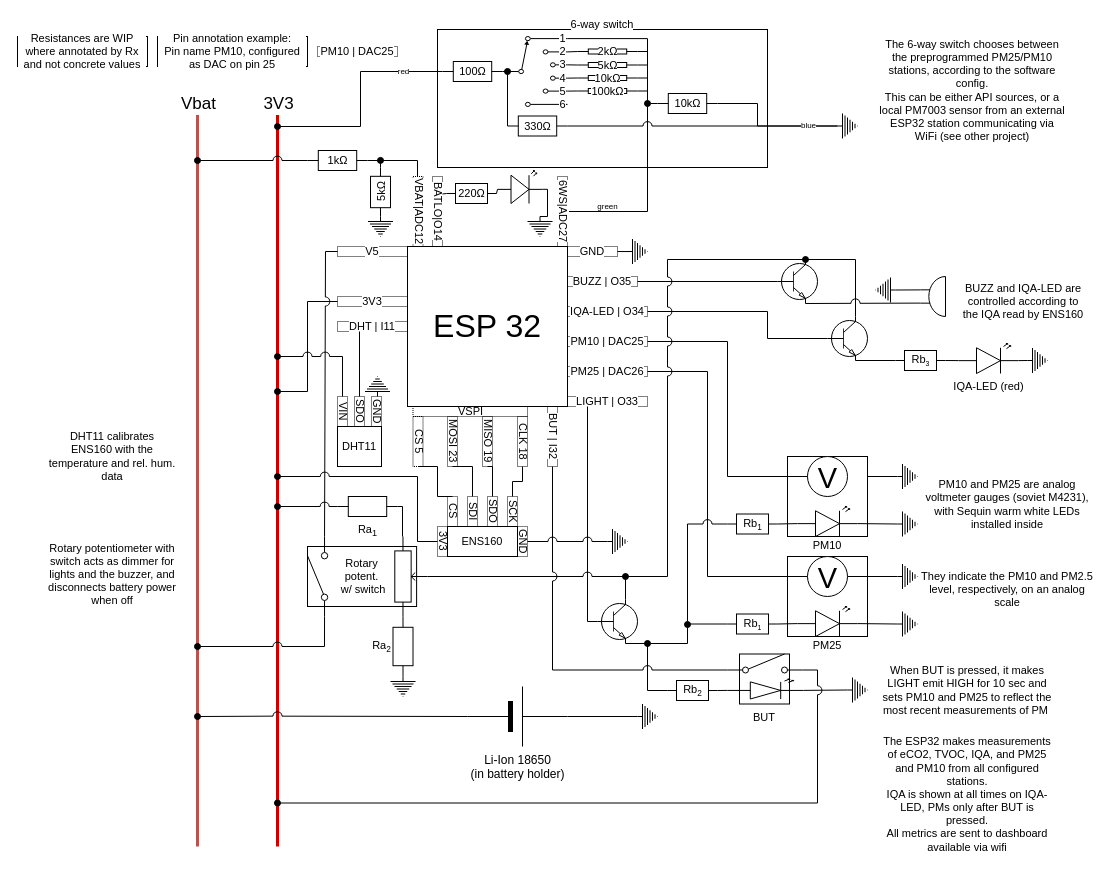
This is airstation-base.drawio from maclav3/airstation, a draw.io file, before an edit. Source tidied: cells renumbered, new cells numbered last; positions are measured from the earlier drawing's top-left corner, leaving out a move shared by most shapes. Both pictures are drawn from the tidied source at 100%, with x=0, y=0 at pixel (17, 29).
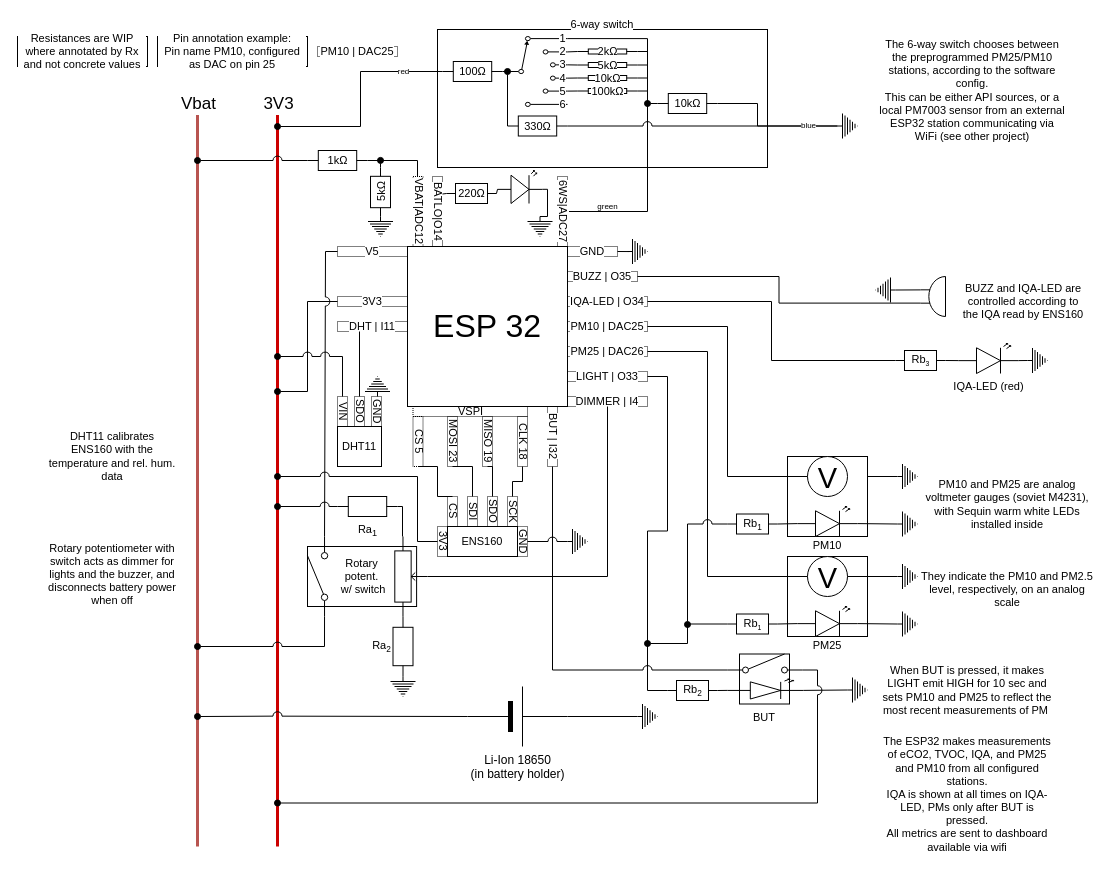
The same diagram, later.

Commit message:
get rid of transistors, we'll use software PWM

Unchanged cells that the change refers to:
```xml
<mxCell id="14" style="verticalLabelPosition=bottom;shadow=0;dashed=0;align=center;html=1;verticalAlign=top;shape=mxgraph.electrical.resistors.potentiometer_1;fontFamily=Helvetica;fontSize=11;fontColor=default;labelBackgroundColor=default;direction=north;" parent="12" vertex="1">
  <mxGeometry x="87.3" width="32.7" height="80" as="geometry" />
</mxCell>
<mxCell id="46" style="group;" parent="45" vertex="1">
  <mxGeometry width="310" height="220" as="geometry" />
</mxCell>
<mxCell id="80" value="Rb&lt;font size=&quot;1&quot;&gt;&lt;sub&gt;2&lt;/sub&gt;&lt;/font&gt;" style="verticalLabelPosition=middle;shadow=0;dashed=0;align=center;html=1;verticalAlign=middle;shape=mxgraph.electrical.resistors.resistor_1;fontFamily=Helvetica;fontSize=11;fontColor=default;labelBackgroundColor=default;labelPosition=center;" parent="1" vertex="1">
  <mxGeometry x="650" y="651" width="50" height="20" as="geometry" />
</mxCell>
<mxCell id="116" style="verticalLabelPosition=bottom;shadow=0;dashed=0;align=center;html=1;verticalAlign=top;shape=mxgraph.electrical.electro-mechanical.buzzer;fontFamily=Helvetica;fontSize=11;fontColor=default;labelBackgroundColor=default;direction=west;" parent="1" vertex="1">
  <mxGeometry x="903" y="247" width="25" height="40" as="geometry" />
</mxCell>
<mxCell id="120" value="Rb&lt;span style=&quot;font-size: 8.33333px;&quot;&gt;&lt;sub&gt;3&lt;/sub&gt;&lt;/span&gt;" style="verticalLabelPosition=middle;shadow=0;dashed=0;align=center;html=1;verticalAlign=middle;shape=mxgraph.electrical.resistors.resistor_1;fontFamily=Helvetica;fontSize=11;fontColor=default;labelBackgroundColor=default;labelPosition=center;" parent="1" vertex="1">
  <mxGeometry x="878" y="321" width="50" height="20" as="geometry" />
</mxCell>
```

What changed in the source:
```diff
@@
     <mxCell id="49" value="BUZZ | O35" style="text;html=1;align=center;verticalAlign=middle;whiteSpace=wrap;rounded=0;fontFamily=Helvetica;fontSize=11;fontColor=default;labelBackgroundColor=default;fillColor=none;strokeColor=default;dashed=1;dashPattern=1 1;" parent="46" vertex="1">
-      <mxGeometry x="230" y="30" width="70" height="10" as="geometry" />
+      <mxGeometry x="230" y="25" width="70" height="10" as="geometry" />
     </mxCell>
     <mxCell id="50" value="IQA-LED | O34" style="text;html=1;align=center;verticalAlign=middle;whiteSpace=wrap;rounded=0;fontFamily=Helvetica;fontSize=11;fontColor=default;labelBackgroundColor=default;fillColor=none;strokeColor=default;dashed=1;dashPattern=1 1;" parent="46" vertex="1">
-      <mxGeometry x="230" y="60" width="80" height="10" as="geometry" />
+      <mxGeometry x="230" y="50" width="80" height="10" as="geometry" />
     </mxCell>
     <mxCell id="51" value="PM10 | DAC25" style="text;html=1;align=center;verticalAlign=middle;whiteSpace=wrap;rounded=0;fontFamily=Helvetica;fontSize=11;fontColor=default;labelBackgroundColor=default;fillColor=none;strokeColor=default;dashed=1;dashPattern=1 1;" parent="46" vertex="1">
-      <mxGeometry x="230" y="90" width="80" height="10" as="geometry" />
+      <mxGeometry x="230" y="75" width="80" height="10" as="geometry" />
     </mxCell>
     <mxCell id="52" value="PM25 | DAC26" style="text;html=1;align=center;verticalAlign=middle;whiteSpace=wrap;rounded=0;fontFamily=Helvetica;fontSize=11;fontColor=default;labelBackgroundColor=default;fillColor=none;strokeColor=default;dashed=1;dashPattern=1 1;" parent="46" vertex="1">
-      <mxGeometry x="230" y="120" width="80" height="10" as="geometry" />
+      <mxGeometry x="230" y="100" width="80" height="10" as="geometry" />
     </mxCell>
     <mxCell id="53" value="LIGHT | O33" style="text;html=1;align=center;verticalAlign=middle;whiteSpace=wrap;rounded=0;fontFamily=Helvetica;fontSize=11;fontColor=default;labelBackgroundColor=default;fillColor=none;strokeColor=default;dashed=1;dashPattern=1 1;" parent="46" vertex="1">
-      <mxGeometry x="230" y="150" width="80" height="10" as="geometry" />
+      <mxGeometry x="230" y="125" width="80" height="10" as="geometry" />
     </mxCell>
@@
+    <mxCell id="175" value="DIMMER | I4" style="text;html=1;align=center;verticalAlign=middle;whiteSpace=wrap;rounded=0;fontFamily=Helvetica;fontSize=11;fontColor=default;labelBackgroundColor=default;fillColor=none;strokeColor=default;dashed=1;dashPattern=1 1;" parent="46" vertex="1">
+      <mxGeometry x="230" y="150" width="80" height="10" as="geometry" />
+    </mxCell>
@@
+    <mxCell id="176" style="edgeStyle=orthogonalEdgeStyle;rounded=0;jettySize=auto;html=1;exitX=0;exitY=0.5;exitDx=0;exitDy=0;exitPerimeter=0;entryX=1;entryY=0.5;entryDx=0;entryDy=0;endArrow=none;startFill=0;" parent="1" edge="1" source="80" target="53">
+      <mxGeometry relative="1" as="geometry" />
+    </mxCell>
@@
-    <mxCell id="82" style="edgeStyle=elbowEdgeStyle;shape=connector;rounded=0;jumpStyle=arc;jumpSize=9;jettySize=auto;html=1;exitX=0;exitY=0.5;exitDx=0;exitDy=0;exitPerimeter=0;strokeColor=default;align=center;verticalAlign=middle;fontFamily=Helvetica;fontSize=11;fontColor=default;labelBackgroundColor=default;startFill=0;endArrow=none;entryX=0.25;entryY=1;entryDx=0;entryDy=0;" parent="1" edge="1" source="83" target="53">
-      <mxGeometry relative="1" as="geometry">
-        <Array as="points">
-          <mxPoint x="570" y="477" />
-          <mxPoint x="650" y="457" />
-          <mxPoint x="660" y="397" />
-        </Array>
-      </mxGeometry>
-    </mxCell>
-    <mxCell id="83" style="verticalLabelPosition=bottom;shadow=0;dashed=0;align=center;html=1;verticalAlign=top;shape=mxgraph.electrical.transistors.npn_transistor_1;fontFamily=Helvetica;fontSize=11;fontColor=default;labelBackgroundColor=default;direction=east;" parent="1" vertex="1">
-      <mxGeometry x="580" y="557" width="40" height="70" as="geometry" />
-    </mxCell>
-    <mxCell id="84" style="edgeStyle=elbowEdgeStyle;shape=connector;rounded=0;jumpStyle=arc;jumpSize=9;jettySize=auto;html=1;exitX=0.5;exitY=1;exitDx=0;exitDy=0;exitPerimeter=0;entryX=0.7;entryY=0;entryDx=0;entryDy=0;entryPerimeter=0;strokeColor=default;align=center;verticalAlign=middle;fontFamily=Helvetica;fontSize=11;fontColor=default;labelBackgroundColor=default;startFill=0;endArrow=none;" parent="1" edge="1" source="14" target="83">
-      <mxGeometry relative="1" as="geometry">
-        <Array as="points">
-          <mxPoint x="608" y="567" />
-        </Array>
-      </mxGeometry>
-    </mxCell>
-    <mxCell id="85" style="edgeStyle=elbowEdgeStyle;shape=connector;rounded=0;jumpStyle=arc;jumpSize=9;jettySize=auto;html=1;exitX=0.7;exitY=1;exitDx=0;exitDy=0;exitPerimeter=0;entryX=0;entryY=0.5;entryDx=0;entryDy=0;entryPerimeter=0;strokeColor=default;align=center;verticalAlign=middle;fontFamily=Helvetica;fontSize=11;fontColor=default;labelBackgroundColor=default;startFill=0;endArrow=none;" parent="1" edge="1" source="83" target="80">
-      <mxGeometry relative="1" as="geometry">
-        <Array as="points">
-          <mxPoint x="630" y="617" />
-        </Array>
-      </mxGeometry>
-    </mxCell>
@@
     <mxCell id="104" style="verticalLabelPosition=bottom;shadow=0;dashed=0;align=center;html=1;verticalAlign=top;shape=mxgraph.electrical.signal_sources.protective_earth;fontFamily=Helvetica;fontSize=11;fontColor=default;labelBackgroundColor=default;direction=north;" parent="1" vertex="1">
-      <mxGeometry x="590" y="499.5" width="20" height="25" as="geometry" />
+      <mxGeometry x="550" y="499.5" width="20" height="25" as="geometry" />
     </mxCell>
@@
-    <mxCell id="110" style="edgeStyle=elbowEdgeStyle;shape=connector;rounded=0;jumpStyle=arc;jumpSize=9;jettySize=auto;html=1;exitX=0;exitY=0.5;exitDx=0;exitDy=0;exitPerimeter=0;entryX=1;entryY=0.5;entryDx=0;entryDy=0;strokeColor=default;align=center;verticalAlign=middle;fontFamily=Helvetica;fontSize=11;fontColor=default;labelBackgroundColor=default;startFill=0;endArrow=none;" parent="1" edge="1" source="111" target="50">
-      <mxGeometry relative="1" as="geometry">
-        <Array as="points">
-          <mxPoint x="750" y="297" />
-        </Array>
-      </mxGeometry>
-    </mxCell>
-    <mxCell id="111" style="verticalLabelPosition=bottom;shadow=0;dashed=0;align=center;html=1;verticalAlign=top;shape=mxgraph.electrical.transistors.npn_transistor_1;fontFamily=Helvetica;fontSize=11;fontColor=default;labelBackgroundColor=default;direction=east;" parent="1" vertex="1">
-      <mxGeometry x="810" y="274" width="40" height="70" as="geometry" />
-    </mxCell>
-    <mxCell id="112" style="edgeStyle=elbowEdgeStyle;shape=connector;rounded=0;jumpStyle=arc;jumpSize=9;jettySize=auto;html=1;exitX=0;exitY=0.5;exitDx=0;exitDy=0;exitPerimeter=0;entryX=1;entryY=0.5;entryDx=0;entryDy=0;strokeColor=default;align=center;verticalAlign=middle;fontFamily=Helvetica;fontSize=11;fontColor=default;labelBackgroundColor=default;startFill=0;endArrow=none;" parent="1" edge="1" source="114" target="49">
-      <mxGeometry relative="1" as="geometry" />
-    </mxCell>
-    <mxCell id="113" style="edgeStyle=elbowEdgeStyle;shape=connector;rounded=0;jumpStyle=arc;jumpSize=9;jettySize=auto;html=1;exitX=0.7;exitY=0;exitDx=0;exitDy=0;exitPerimeter=0;strokeColor=default;align=center;verticalAlign=middle;fontFamily=Helvetica;fontSize=11;fontColor=default;labelBackgroundColor=default;startFill=0;endArrow=oval;endFill=1;" parent="1" edge="1" source="114">
-      <mxGeometry relative="1" as="geometry">
-        <mxPoint x="608" y="547" as="targetPoint" />
-        <Array as="points">
-          <mxPoint x="650" y="397" />
-        </Array>
-      </mxGeometry>
-    </mxCell>
-    <mxCell id="114" style="verticalLabelPosition=bottom;shadow=0;dashed=0;align=center;html=1;verticalAlign=top;shape=mxgraph.electrical.transistors.npn_transistor_1;fontFamily=Helvetica;fontSize=11;fontColor=default;labelBackgroundColor=default;direction=east;" parent="1" vertex="1">
-      <mxGeometry x="760" y="217" width="40" height="70" as="geometry" />
-    </mxCell>
-    <mxCell id="115" style="edgeStyle=elbowEdgeStyle;shape=connector;rounded=0;jumpStyle=arc;jumpSize=9;jettySize=auto;html=1;exitX=0.7;exitY=0;exitDx=0;exitDy=0;exitPerimeter=0;entryX=0.7;entryY=0;entryDx=0;entryDy=0;entryPerimeter=0;strokeColor=default;align=center;verticalAlign=middle;fontFamily=Helvetica;fontSize=11;fontColor=default;labelBackgroundColor=default;startFill=0;endArrow=oval;endFill=1;" parent="1" edge="1" source="111" target="114">
-      <mxGeometry relative="1" as="geometry">
-        <Array as="points">
-          <mxPoint x="838" y="267" />
-        </Array>
-      </mxGeometry>
-    </mxCell>
+    <mxCell id="177" style="edgeStyle=orthogonalEdgeStyle;rounded=0;jettySize=auto;html=1;exitX=1;exitY=0.335;exitDx=0;exitDy=0;exitPerimeter=0;entryX=1;entryY=0.5;entryDx=0;entryDy=0;endArrow=none;startFill=0;" parent="1" edge="1" source="116" target="49">
+      <mxGeometry relative="1" as="geometry" />
+    </mxCell>
@@
-    <mxCell id="117" style="edgeStyle=elbowEdgeStyle;shape=connector;rounded=0;jumpStyle=arc;jumpSize=9;jettySize=auto;html=1;exitX=0.7;exitY=1;exitDx=0;exitDy=0;exitPerimeter=0;entryX=1;entryY=0.335;entryDx=0;entryDy=0;entryPerimeter=0;strokeColor=default;align=center;verticalAlign=middle;fontFamily=Helvetica;fontSize=11;fontColor=default;labelBackgroundColor=default;startFill=0;endArrow=none;" parent="1" edge="1" source="114" target="116">
-      <mxGeometry relative="1" as="geometry">
-        <Array as="points">
-          <mxPoint x="870" y="287" />
-        </Array>
-      </mxGeometry>
-    </mxCell>
@@
+    <mxCell id="178" style="edgeStyle=orthogonalEdgeStyle;rounded=0;jettySize=auto;html=1;exitX=0;exitY=0.5;exitDx=0;exitDy=0;exitPerimeter=0;entryX=1;entryY=0.5;entryDx=0;entryDy=0;endArrow=none;startFill=0;" parent="1" edge="1" source="120" target="50">
+      <mxGeometry relative="1" as="geometry" />
+    </mxCell>
@@
-    <mxCell id="121" style="edgeStyle=elbowEdgeStyle;shape=connector;rounded=0;jumpStyle=arc;jumpSize=9;jettySize=auto;html=1;exitX=0.7;exitY=1;exitDx=0;exitDy=0;exitPerimeter=0;entryX=0;entryY=0.5;entryDx=0;entryDy=0;entryPerimeter=0;strokeColor=default;align=center;verticalAlign=middle;fontFamily=Helvetica;fontSize=11;fontColor=default;labelBackgroundColor=default;startFill=0;endArrow=none;" parent="1" edge="1" source="111" target="120">
-      <mxGeometry relative="1" as="geometry" />
-    </mxCell>
@@
+    <mxCell id="179" style="edgeStyle=orthogonalEdgeStyle;rounded=0;jettySize=auto;html=1;exitX=0.5;exitY=1;exitDx=0;exitDy=0;exitPerimeter=0;entryX=0.5;entryY=1;entryDx=0;entryDy=0;endArrow=none;startFill=0;" parent="1" edge="1" source="14" target="175">
+      <mxGeometry relative="1" as="geometry" />
+    </mxCell>
```
